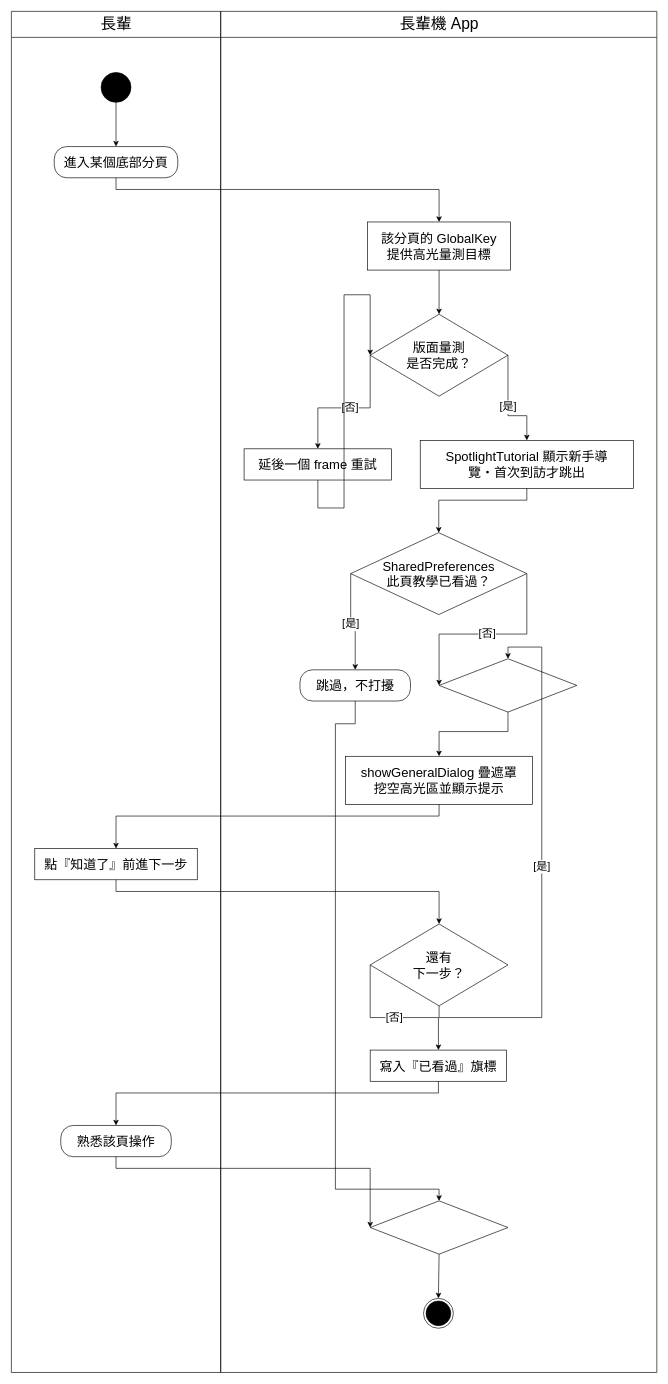
HuangYu-Kai/Uban keeps this draw.io diagram as Uban System Documents/drawio圖/A09-新手引導.drawio. Above is the earlier version. Source tidied: cells renumbered, new cells numbered last; positions are measured from the earlier drawing's top-left corner, leaving out a move shared by most shapes. Both pictures are drawn from the tidied source at 65%, with x=0, y=0 at pixel (11, 11).
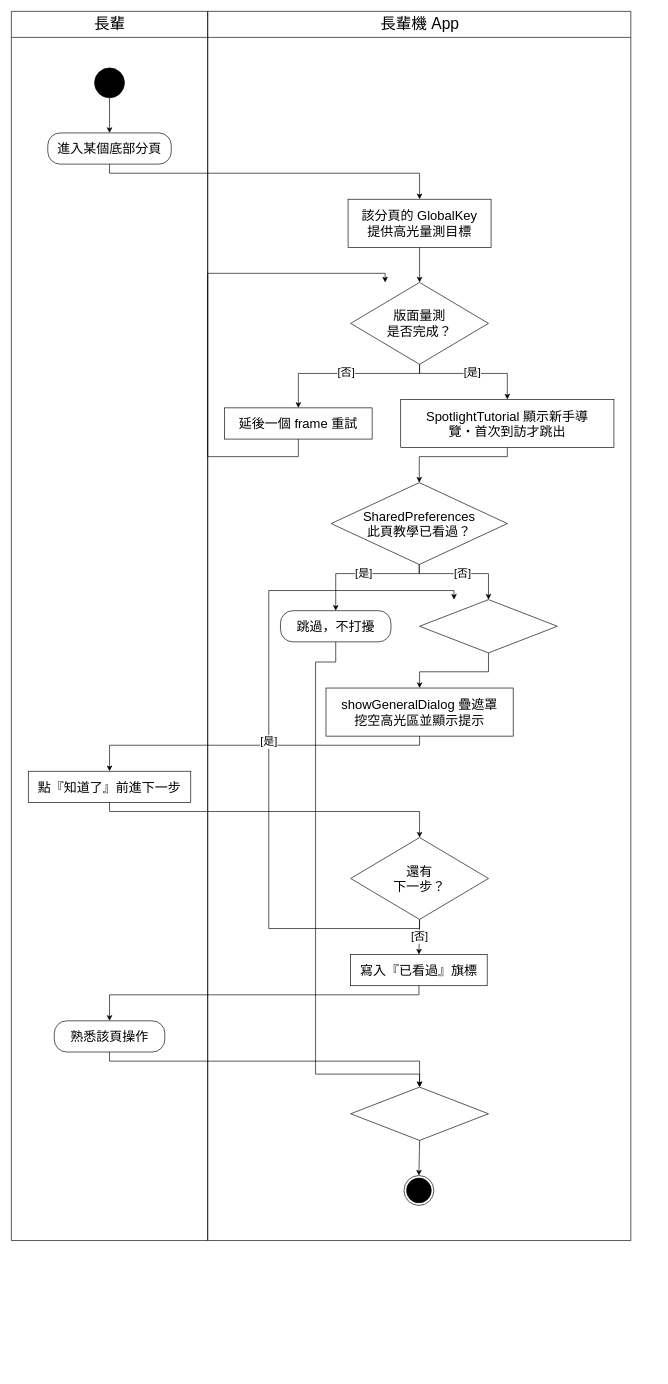
The same page after the edit.

The edit, as a diff of the source:
```diff
@@
     <mxCell id="2" value="長輩" style="swimlane;html=1;horizontal=1;startSize=40;fillColor=none;strokeColor=#000000;fontSize=24;fontColor=#000000;fontStyle=0;swimlaneFillColor=none;" parent="1" vertex="1">
-      <mxGeometry width="322" height="2094" as="geometry" />
+      <mxGeometry width="302" height="1891" as="geometry" />
     </mxCell>
     <mxCell id="3" value="長輩機 App" style="swimlane;html=1;horizontal=1;startSize=40;fillColor=none;strokeColor=#000000;fontSize=24;fontColor=#000000;fontStyle=0;swimlaneFillColor=none;" parent="1" vertex="1">
-      <mxGeometry x="322" width="671" height="2094" as="geometry" />
+      <mxGeometry x="302" width="651" height="1891" as="geometry" />
     </mxCell>
     <mxCell id="4" style="ellipse;html=1;fillColor=#000000;strokeColor=#000000;" parent="2" vertex="1">
-      <mxGeometry x="138" y="94" width="46" height="46" as="geometry" />
+      <mxGeometry x="128" y="87" width="46" height="46" as="geometry" />
     </mxCell>
     <mxCell id="5" value="進入某個底部分頁" style="rounded=1;arcSize=40;whiteSpace=wrap;html=1;fillColor=#FFFFFF;strokeColor=#000000;fontSize=20;fontColor=#000000;" parent="2" vertex="1">
-      <mxGeometry x="66" y="208" width="190" height="48" as="geometry" />
+      <mxGeometry x="56" y="187" width="190" height="48" as="geometry" />
     </mxCell>
     <mxCell id="6" value="點『知道了』前進下一步" style="rounded=0;whiteSpace=wrap;html=1;fillColor=#FFFFFF;strokeColor=#000000;fontSize=20;fontColor=#000000;" parent="2" vertex="1">
-      <mxGeometry x="36" y="1288" width="250" height="48" as="geometry" />
+      <mxGeometry x="26" y="1169" width="250" height="48" as="geometry" />
     </mxCell>
     <mxCell id="7" value="熟悉該頁操作" style="rounded=1;arcSize=40;whiteSpace=wrap;html=1;fillColor=#FFFFFF;strokeColor=#000000;fontSize=20;fontColor=#000000;" parent="2" vertex="1">
-      <mxGeometry x="76" y="1714" width="170" height="48" as="geometry" />
+      <mxGeometry x="66" y="1553" width="170" height="48" as="geometry" />
     </mxCell>
     <mxCell id="8" value="該分頁的 GlobalKey&lt;br&gt;提供高光量測目標" style="rounded=0;whiteSpace=wrap;html=1;fillColor=#FFFFFF;strokeColor=#000000;fontSize=20;fontColor=#000000;" parent="3" vertex="1">
-      <mxGeometry x="226" y="324" width="220" height="74" as="geometry" />
+      <mxGeometry x="216" y="289" width="220" height="74" as="geometry" />
     </mxCell>
     <mxCell id="9" value="版面量測&lt;br&gt;是否完成？" style="rhombus;whiteSpace=wrap;html=1;fillColor=#FFFFFF;strokeColor=#000000;fontSize=20;fontColor=#000000;" parent="3" vertex="1">
-      <mxGeometry x="230" y="466" width="212" height="126" as="geometry" />
+      <mxGeometry x="220" y="417" width="212" height="126" as="geometry" />
     </mxCell>
     <mxCell id="10" value="延後一個 frame 重試" style="rounded=0;whiteSpace=wrap;html=1;fillColor=#FFFFFF;strokeColor=#000000;fontSize=20;fontColor=#000000;" parent="3" vertex="1">
-      <mxGeometry x="36" y="673" width="227" height="48" as="geometry" />
+      <mxGeometry x="26" y="610" width="227" height="48" as="geometry" />
     </mxCell>
     <mxCell id="11" value="SpotlightTutorial 顯示新手導&lt;br&gt;覽・首次到訪才跳出" style="rounded=0;whiteSpace=wrap;html=1;fillColor=#FFFFFF;strokeColor=#000000;fontSize=20;fontColor=#000000;" parent="3" vertex="1">
-      <mxGeometry x="307" y="660" width="328" height="74" as="geometry" />
+      <mxGeometry x="297" y="597" width="328" height="74" as="geometry" />
     </mxCell>
     <mxCell id="12" value="SharedPreferences&lt;br&gt;此頁教學已看過？" style="rhombus;whiteSpace=wrap;html=1;fillColor=#FFFFFF;strokeColor=#000000;fontSize=20;fontColor=#000000;" parent="3" vertex="1">
-      <mxGeometry x="200" y="802" width="271" height="126" as="geometry" />
+      <mxGeometry x="190" y="725" width="271" height="126" as="geometry" />
     </mxCell>
     <mxCell id="13" value="showGeneralDialog 疊遮罩&lt;br&gt;挖空高光區並顯示提示" style="rounded=0;whiteSpace=wrap;html=1;fillColor=#FFFFFF;strokeColor=#000000;fontSize=20;fontColor=#000000;" parent="3" vertex="1">
-      <mxGeometry x="192" y="1146" width="288" height="74" as="geometry" />
+      <mxGeometry x="182" y="1041" width="288" height="74" as="geometry" />
     </mxCell>
     <mxCell id="14" value="還有&lt;br&gt;下一步？" style="rhombus;whiteSpace=wrap;html=1;fillColor=#FFFFFF;strokeColor=#000000;fontSize=20;fontColor=#000000;" parent="3" vertex="1">
-      <mxGeometry x="230" y="1404" width="212" height="126" as="geometry" />
+      <mxGeometry x="220" y="1271" width="212" height="126" as="geometry" />
     </mxCell>
     <mxCell id="15" value="寫入『已看過』旗標" style="rounded=0;whiteSpace=wrap;html=1;fillColor=#FFFFFF;strokeColor=#000000;fontSize=20;fontColor=#000000;" parent="3" vertex="1">
-      <mxGeometry x="230" y="1598" width="210" height="48" as="geometry" />
+      <mxGeometry x="220" y="1451" width="210" height="48" as="geometry" />
     </mxCell>
     <mxCell id="16" value="跳過，不打擾" style="rounded=1;arcSize=40;whiteSpace=wrap;html=1;fillColor=#FFFFFF;strokeColor=#000000;fontSize=20;fontColor=#000000;" parent="3" vertex="1">
-      <mxGeometry x="122" y="1013" width="170" height="48" as="geometry" />
+      <mxGeometry x="112" y="922" width="170" height="48" as="geometry" />
     </mxCell>
     <mxCell id="17" style="rhombus;whiteSpace=wrap;html=1;fillColor=#FFFFFF;strokeColor=#000000;fontSize=20;fontColor=#000000;" parent="3" vertex="1">
-      <mxGeometry x="336" y="996" width="212" height="82" as="geometry" />
+      <mxGeometry x="326" y="905" width="212" height="82" as="geometry" />
     </mxCell>
     <mxCell id="18" style="rhombus;whiteSpace=wrap;html=1;fillColor=#FFFFFF;strokeColor=#000000;fontSize=20;fontColor=#000000;" parent="3" vertex="1">
-      <mxGeometry x="230" y="1830" width="212" height="82" as="geometry" />
+      <mxGeometry x="220" y="1655" width="212" height="82" as="geometry" />
     </mxCell>
     <mxCell id="19" style="ellipse;html=1;shape=endState;fillColor=#000000;strokeColor=#000000;" parent="3" vertex="1">
-      <mxGeometry x="312" y="1980" width="46" height="46" as="geometry" />
+      <mxGeometry x="302" y="1791" width="46" height="46" as="geometry" />
     </mxCell>
@@
     <mxCell id="21" style="edgeStyle=none;rounded=0;html=1;strokeColor=#000000;fontSize=17;fontColor=#000000;labelBackgroundColor=#FFFFFF;endArrow=classic;endFill=1;exitPerimeter=0;entryPerimeter=0;exitX=0.5;exitY=1;exitDx=0;exitDy=0;entryX=0.5;entryY=0;entryDx=0;entryDy=0;" parent="1" edge="1" source="5" target="8">
       <mxGeometry relative="1" as="geometry">
         <Array as="points">
-          <mxPoint x="161" y="274" />
-          <mxPoint x="658" y="274" />
+          <mxPoint x="151" y="249" />
+          <mxPoint x="628" y="249" />
         </Array>
       </mxGeometry>
     </mxCell>
@@
-    <mxCell id="23" value="[否]" style="edgeStyle=none;rounded=0;html=1;strokeColor=#000000;fontSize=17;fontColor=#000000;labelBackgroundColor=#FFFFFF;endArrow=classic;endFill=1;exitPerimeter=0;entryPerimeter=0;exitX=0;exitY=0.5;exitDx=0;exitDy=0;entryX=0.5;entryY=0;entryDx=0;entryDy=0;" parent="1" edge="1" source="9" target="10">
+    <mxCell id="23" value="[否]" style="edgeStyle=none;rounded=0;html=1;strokeColor=#000000;fontSize=17;fontColor=#000000;labelBackgroundColor=#FFFFFF;endArrow=classic;endFill=1;exitPerimeter=0;entryPerimeter=0;exitX=0.5;exitY=1;exitDx=0;exitDy=0;entryX=0.5;entryY=0;entryDx=0;entryDy=0;" parent="1" edge="1" source="9" target="10">
       <mxGeometry relative="1" as="geometry">
         <Array as="points">
-          <mxPoint x="552" y="610" />
-          <mxPoint x="471.5" y="610" />
+          <mxPoint x="628" y="557" />
+          <mxPoint x="441.5" y="557" />
         </Array>
       </mxGeometry>
     </mxCell>
-    <mxCell id="24" style="edgeStyle=none;rounded=0;html=1;strokeColor=#000000;fontSize=17;fontColor=#000000;labelBackgroundColor=#FFFFFF;endArrow=classic;endFill=1;exitPerimeter=0;entryPerimeter=0;exitX=0.5;exitY=1;exitDx=0;exitDy=0;entryX=0;entryY=0.5;entryDx=0;entryDy=0;" parent="1" edge="1" source="10" target="9">
+    <mxCell id="24" style="edgeStyle=none;rounded=0;html=1;strokeColor=#000000;fontSize=17;fontColor=#000000;labelBackgroundColor=#FFFFFF;endArrow=classic;endFill=1;exitPerimeter=0;entryPerimeter=0;exitX=0.5;exitY=1;exitDx=0;exitDy=0;entryX=0.25;entryY=0;entryDx=0;entryDy=0;" parent="1" edge="1" source="10" target="9">
       <mxGeometry relative="1" as="geometry">
         <Array as="points">
-          <mxPoint x="471.5" y="764" />
-          <mxPoint x="511.8" y="764" />
-          <mxPoint x="511.8" y="436" />
-          <mxPoint x="552" y="436" />
+          <mxPoint x="441.5" y="685" />
+          <mxPoint x="302" y="685" />
+          <mxPoint x="302" y="403" />
+          <mxPoint x="575" y="403" />
         </Array>
       </mxGeometry>
     </mxCell>
-    <mxCell id="25" value="[是]" style="edgeStyle=none;rounded=0;html=1;strokeColor=#000000;fontSize=17;fontColor=#000000;labelBackgroundColor=#FFFFFF;endArrow=classic;endFill=1;exitPerimeter=0;entryPerimeter=0;exitX=1;exitY=0.5;exitDx=0;exitDy=0;entryX=0.5;entryY=0;entryDx=0;entryDy=0;" parent="1" edge="1" source="9" target="11">
+    <mxCell id="25" value="[是]" style="edgeStyle=none;rounded=0;html=1;strokeColor=#000000;fontSize=17;fontColor=#000000;labelBackgroundColor=#FFFFFF;endArrow=classic;endFill=1;exitPerimeter=0;entryPerimeter=0;exitX=0.5;exitY=1;exitDx=0;exitDy=0;entryX=0.5;entryY=0;entryDx=0;entryDy=0;" parent="1" edge="1" source="9" target="11">
       <mxGeometry relative="1" as="geometry">
         <Array as="points">
-          <mxPoint x="764" y="622" />
-          <mxPoint x="793" y="622" />
+          <mxPoint x="628" y="557" />
+          <mxPoint x="763" y="557" />
         </Array>
       </mxGeometry>
     </mxCell>
     <mxCell id="26" style="edgeStyle=none;rounded=0;html=1;strokeColor=#000000;fontSize=17;fontColor=#000000;labelBackgroundColor=#FFFFFF;endArrow=classic;endFill=1;exitPerimeter=0;entryPerimeter=0;exitX=0.5;exitY=1;exitDx=0;exitDy=0;entryX=0.5;entryY=0;entryDx=0;entryDy=0;" parent="1" edge="1" source="11" target="12">
       <mxGeometry relative="1" as="geometry">
         <Array as="points">
-          <mxPoint x="793" y="752" />
-          <mxPoint x="657.5" y="752" />
+          <mxPoint x="763" y="685" />
+          <mxPoint x="627.5" y="685" />
         </Array>
       </mxGeometry>
     </mxCell>
-    <mxCell id="27" value="[是]" style="edgeStyle=none;rounded=0;html=1;strokeColor=#000000;fontSize=17;fontColor=#000000;labelBackgroundColor=#FFFFFF;endArrow=classic;endFill=1;exitPerimeter=0;entryPerimeter=0;exitX=0;exitY=0.5;exitDx=0;exitDy=0;entryX=0.5;entryY=0;entryDx=0;entryDy=0;" parent="1" edge="1" source="12" target="16">
+    <mxCell id="27" value="[是]" style="edgeStyle=none;rounded=0;html=1;strokeColor=#000000;fontSize=17;fontColor=#000000;labelBackgroundColor=#FFFFFF;endArrow=classic;endFill=1;exitPerimeter=0;entryPerimeter=0;exitX=0.5;exitY=1;exitDx=0;exitDy=0;entryX=0.5;entryY=0;entryDx=0;entryDy=0;" parent="1" edge="1" source="12" target="16">
       <mxGeometry relative="1" as="geometry">
         <Array as="points">
-          <mxPoint x="522" y="946" />
-          <mxPoint x="529" y="946" />
+          <mxPoint x="627.5" y="865" />
+          <mxPoint x="499" y="865" />
         </Array>
       </mxGeometry>
     </mxCell>
-    <mxCell id="28" value="[否]" style="edgeStyle=none;rounded=0;html=1;strokeColor=#000000;fontSize=17;fontColor=#000000;labelBackgroundColor=#FFFFFF;endArrow=classic;endFill=1;exitPerimeter=0;entryPerimeter=0;exitX=1;exitY=0.5;exitDx=0;exitDy=0;entryX=0;entryY=0.5;entryDx=0;entryDy=0;" parent="1" edge="1" source="12" target="17">
+    <mxCell id="28" value="[否]" style="edgeStyle=none;rounded=0;html=1;strokeColor=#000000;fontSize=17;fontColor=#000000;labelBackgroundColor=#FFFFFF;endArrow=classic;endFill=1;exitPerimeter=0;entryPerimeter=0;exitX=0.5;exitY=1;exitDx=0;exitDy=0;entryX=0.5;entryY=0;entryDx=0;entryDy=0;" parent="1" edge="1" source="12" target="17">
       <mxGeometry relative="1" as="geometry">
         <Array as="points">
-          <mxPoint x="793" y="958" />
-          <mxPoint x="658" y="958" />
+          <mxPoint x="627.5" y="865" />
+          <mxPoint x="734" y="865" />
         </Array>
       </mxGeometry>
     </mxCell>
     <mxCell id="29" style="edgeStyle=none;rounded=0;html=1;strokeColor=#000000;fontSize=17;fontColor=#000000;labelBackgroundColor=#FFFFFF;endArrow=classic;endFill=1;exitPerimeter=0;entryPerimeter=0;exitX=0.5;exitY=1;exitDx=0;exitDy=0;entryX=0.5;entryY=0;entryDx=0;entryDy=0;" parent="1" edge="1" source="13" target="6">
       <mxGeometry relative="1" as="geometry">
         <Array as="points">
-          <mxPoint x="658" y="1238" />
-          <mxPoint x="161" y="1238" />
+          <mxPoint x="628" y="1129" />
+          <mxPoint x="151" y="1129" />
         </Array>
       </mxGeometry>
     </mxCell>
     <mxCell id="30" style="edgeStyle=none;rounded=0;html=1;strokeColor=#000000;fontSize=17;fontColor=#000000;labelBackgroundColor=#FFFFFF;endArrow=classic;endFill=1;exitPerimeter=0;entryPerimeter=0;exitX=0.5;exitY=1;exitDx=0;exitDy=0;entryX=0.5;entryY=0;entryDx=0;entryDy=0;" parent="1" edge="1" source="6" target="14">
       <mxGeometry relative="1" as="geometry">
         <Array as="points">
-          <mxPoint x="161" y="1354" />
-          <mxPoint x="658" y="1354" />
+          <mxPoint x="151" y="1231" />
+          <mxPoint x="628" y="1231" />
         </Array>
       </mxGeometry>
     </mxCell>
-    <mxCell id="31" value="[是]" style="edgeStyle=none;rounded=0;html=1;strokeColor=#000000;fontSize=17;fontColor=#000000;labelBackgroundColor=#FFFFFF;endArrow=classic;endFill=1;exitPerimeter=0;entryPerimeter=0;exitX=0.5;exitY=1;exitDx=0;exitDy=0;entryX=0.5;entryY=0;entryDx=0;entryDy=0;" parent="1" edge="1" source="14" target="17">
+    <mxCell id="31" value="[是]" style="edgeStyle=none;rounded=0;html=1;strokeColor=#000000;fontSize=17;fontColor=#000000;labelBackgroundColor=#FFFFFF;endArrow=classic;endFill=1;exitPerimeter=0;entryPerimeter=0;exitX=0.5;exitY=1;exitDx=0;exitDy=0;entryX=0.25;entryY=0;entryDx=0;entryDy=0;" parent="1" edge="1" source="14" target="17">
       <mxGeometry relative="1" as="geometry">
         <Array as="points">
-          <mxPoint x="658" y="1548" />
-          <mxPoint x="816" y="1548" />
-          <mxPoint x="816" y="978" />
-          <mxPoint x="764" y="978" />
+          <mxPoint x="628" y="1411" />
+          <mxPoint x="396" y="1411" />
+          <mxPoint x="396" y="891" />
+          <mxPoint x="681" y="891" />
         </Array>
       </mxGeometry>
     </mxCell>
-    <mxCell id="32" value="[否]" style="edgeStyle=none;rounded=0;html=1;strokeColor=#000000;fontSize=17;fontColor=#000000;labelBackgroundColor=#FFFFFF;endArrow=classic;endFill=1;exitPerimeter=0;entryPerimeter=0;exitX=0;exitY=0.5;exitDx=0;exitDy=0;entryX=0.5;entryY=0;entryDx=0;entryDy=0;" parent="1" edge="1" source="14" target="15">
-      <mxGeometry relative="1" as="geometry">
-        <Array as="points">
-          <mxPoint x="552" y="1548" />
-          <mxPoint x="657" y="1548" />
-        </Array>
-      </mxGeometry>
+    <mxCell id="32" value="[否]" style="edgeStyle=none;rounded=0;html=1;strokeColor=#000000;fontSize=17;fontColor=#000000;labelBackgroundColor=#FFFFFF;endArrow=classic;endFill=1;exitPerimeter=0;entryPerimeter=0;exitX=0.5;exitY=1;exitDx=0;exitDy=0;entryX=0.5;entryY=0;entryDx=0;entryDy=0;" parent="1" edge="1" source="14" target="15">
+      <mxGeometry relative="1" as="geometry" />
     </mxCell>
     <mxCell id="33" style="edgeStyle=none;rounded=0;html=1;strokeColor=#000000;fontSize=17;fontColor=#000000;labelBackgroundColor=#FFFFFF;endArrow=classic;endFill=1;exitPerimeter=0;entryPerimeter=0;exitX=0.5;exitY=1;exitDx=0;exitDy=0;entryX=0.5;entryY=0;entryDx=0;entryDy=0;" parent="1" edge="1" source="15" target="7">
       <mxGeometry relative="1" as="geometry">
         <Array as="points">
-          <mxPoint x="657" y="1664" />
-          <mxPoint x="161" y="1664" />
+          <mxPoint x="627" y="1513" />
+          <mxPoint x="151" y="1513" />
         </Array>
       </mxGeometry>
     </mxCell>
-    <mxCell id="34" style="edgeStyle=none;rounded=0;html=1;strokeColor=#000000;fontSize=17;fontColor=#000000;labelBackgroundColor=#FFFFFF;endArrow=classic;endFill=1;exitPerimeter=0;entryPerimeter=0;exitX=0.5;exitY=1;exitDx=0;exitDy=0;entryX=0;entryY=0.5;entryDx=0;entryDy=0;" parent="1" edge="1" source="7" target="18">
+    <mxCell id="34" style="edgeStyle=none;rounded=0;html=1;strokeColor=#000000;fontSize=17;fontColor=#000000;labelBackgroundColor=#FFFFFF;endArrow=classic;endFill=1;exitPerimeter=0;entryPerimeter=0;exitX=0.5;exitY=1;exitDx=0;exitDy=0;entryX=0.5;entryY=0;entryDx=0;entryDy=0;" parent="1" edge="1" source="7" target="18">
       <mxGeometry relative="1" as="geometry">
         <Array as="points">
-          <mxPoint x="161" y="1780" />
-          <mxPoint x="552" y="1780" />
+          <mxPoint x="151" y="1615" />
+          <mxPoint x="628" y="1615" />
         </Array>
       </mxGeometry>
     </mxCell>
     <mxCell id="35" style="edgeStyle=none;rounded=0;html=1;strokeColor=#000000;fontSize=17;fontColor=#000000;labelBackgroundColor=#FFFFFF;endArrow=classic;endFill=1;exitPerimeter=0;entryPerimeter=0;exitX=0.5;exitY=1;exitDx=0;exitDy=0;entryX=0.5;entryY=0;entryDx=0;entryDy=0;" parent="1" edge="1" source="16" target="18">
       <mxGeometry relative="1" as="geometry">
         <Array as="points">
-          <mxPoint x="529" y="1096" />
-          <mxPoint x="498.5" y="1096" />
-          <mxPoint x="498.5" y="1812" />
-          <mxPoint x="658" y="1812" />
+          <mxPoint x="499" y="1001" />
+          <mxPoint x="468" y="1001" />
+          <mxPoint x="468" y="1635" />
+          <mxPoint x="628" y="1635" />
         </Array>
       </mxGeometry>
     </mxCell>
     <mxCell id="36" style="edgeStyle=none;rounded=0;html=1;strokeColor=#000000;fontSize=17;fontColor=#000000;labelBackgroundColor=#FFFFFF;endArrow=classic;endFill=1;exitPerimeter=0;entryPerimeter=0;exitX=0.5;exitY=1;exitDx=0;exitDy=0;entryX=0.5;entryY=0;entryDx=0;entryDy=0;" parent="1" edge="1" source="17" target="13">
       <mxGeometry relative="1" as="geometry">
         <Array as="points">
-          <mxPoint x="764" y="1108" />
-          <mxPoint x="658" y="1108" />
+          <mxPoint x="734" y="1016" />
+          <mxPoint x="628" y="1016" />
         </Array>
       </mxGeometry>
     </mxCell>
```
